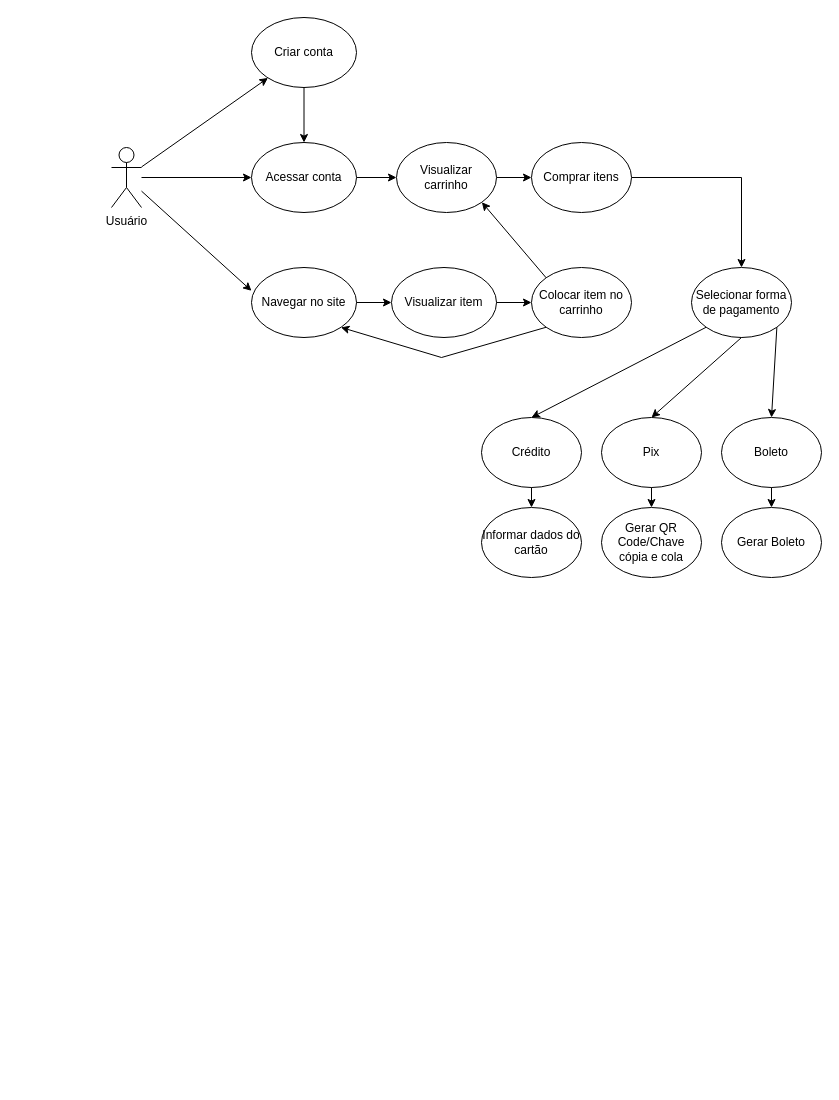
This is Diagrama de casos de uso.drawio from Fconeto/Projeto-APS, a draw.io file, before an edit. Source tidied: cells renumbered, new cells numbered last; positions are measured from the earlier drawing's top-left corner, leaving out a move shared by most shapes. Both pictures are drawn from the tidied source at 100%, with x=0, y=0 at pixel (111, 17).
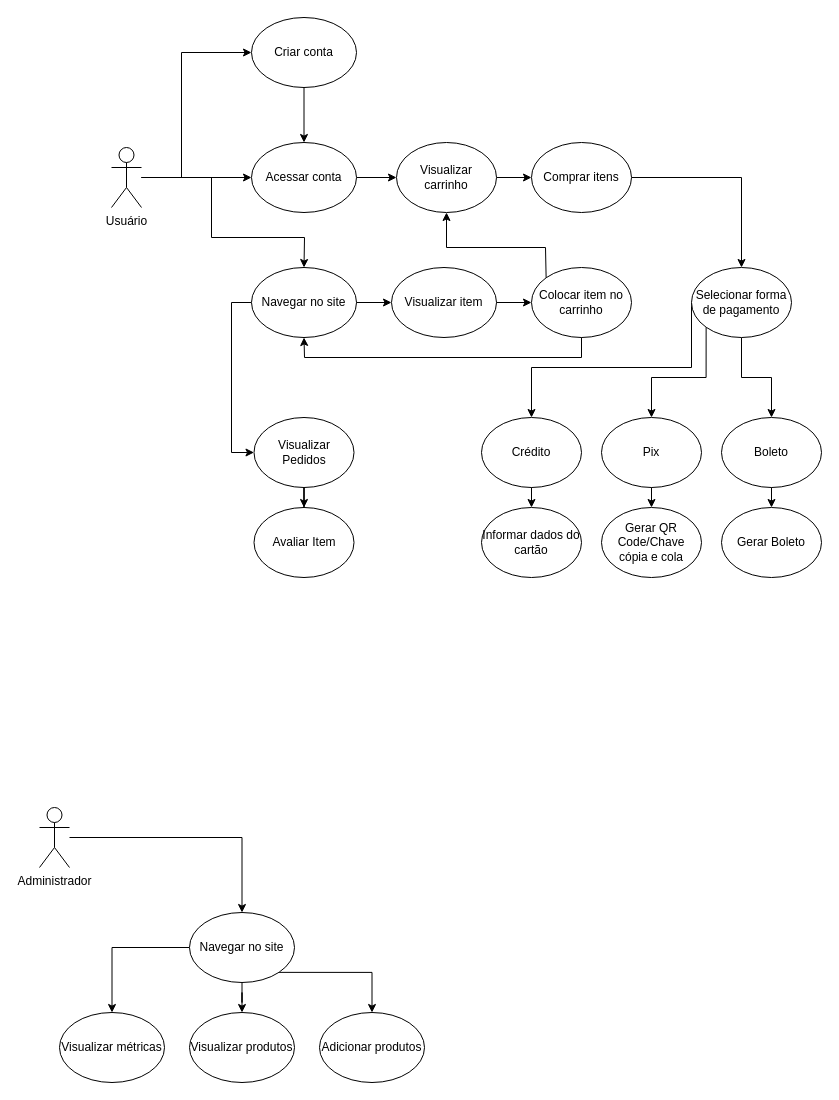
Above is the later version.

Commit message:
Adição de fluxo do administrador e avaliação de itens

The change refers to these unchanged cells:
```xml
<mxCell id="3" value="Usuário" style="shape=umlActor;verticalLabelPosition=bottom;verticalAlign=top;html=1;outlineConnect=0;" parent="1" vertex="1">
  <mxGeometry y="130" width="30" height="60" as="geometry" />
</mxCell>
<mxCell id="4" value="Criar conta" style="ellipse;whiteSpace=wrap;html=1;" parent="1" vertex="1">
  <mxGeometry x="140" width="105" height="70" as="geometry" />
</mxCell>
<mxCell id="7" value="Navegar no site" style="ellipse;whiteSpace=wrap;html=1;" parent="1" vertex="1">
  <mxGeometry x="140" y="250" width="105" height="70" as="geometry" />
</mxCell>
<mxCell id="12" value="Colocar item no carrinho" style="ellipse;whiteSpace=wrap;html=1;" parent="1" vertex="1">
  <mxGeometry x="420" y="250" width="100" height="70" as="geometry" />
</mxCell>
<mxCell id="17" value="Visualizar carrinho" style="ellipse;whiteSpace=wrap;html=1;" parent="1" vertex="1">
  <mxGeometry x="285" y="125" width="100" height="70" as="geometry" />
</mxCell>
<mxCell id="21" value="Selecionar forma de pagamento" style="ellipse;whiteSpace=wrap;html=1;" parent="1" vertex="1">
  <mxGeometry x="580" y="250" width="100" height="70" as="geometry" />
</mxCell>
<mxCell id="22" value="Crédito" style="ellipse;whiteSpace=wrap;html=1;" parent="1" vertex="1">
  <mxGeometry x="370" y="400" width="100" height="70" as="geometry" />
</mxCell>
<mxCell id="23" value="Boleto" style="ellipse;whiteSpace=wrap;html=1;" parent="1" vertex="1">
  <mxGeometry x="610" y="400" width="100" height="70" as="geometry" />
</mxCell>
<mxCell id="24" value="Pix" style="ellipse;whiteSpace=wrap;html=1;" parent="1" vertex="1">
  <mxGeometry x="490" y="400" width="100" height="70" as="geometry" />
</mxCell>
```

What changed in the source:
```diff
@@
+    <mxCell id="34" style="edgeStyle=orthogonalEdgeStyle;rounded=0;jettySize=auto;html=1;exitX=0;exitY=0.5;exitDx=0;exitDy=0;entryX=0;entryY=0.5;entryDx=0;entryDy=0;" parent="1" edge="1" source="7" target="45">
+      <mxGeometry relative="1" as="geometry" />
+    </mxCell>
@@
-    <mxCell id="8" style="endArrow=classic;html=1;rounded=0;" parent="1" edge="1" source="3" target="4">
-      <mxGeometry relative="1" as="geometry" />
+    <mxCell id="8" style="endArrow=classic;html=1;rounded=0;" parent="1" edge="1">
+      <mxGeometry relative="1" as="geometry">
+        <mxPoint x="30" y="160" as="sourcePoint" />
+        <mxPoint x="140" y="35" as="targetPoint" />
+        <Array as="points">
+          <mxPoint x="70" y="160" />
+          <mxPoint x="70" y="35" />
+        </Array>
+      </mxGeometry>
     </mxCell>
-    <mxCell id="9" style="endArrow=classic;html=1;rounded=0;entryX=0;entryY=0.333;entryDx=0;entryDy=0;entryPerimeter=0;" parent="1" edge="1" source="3" target="7">
-      <mxGeometry relative="1" as="geometry" />
+    <mxCell id="9" style="endArrow=classic;html=1;rounded=0;entryX=0.5;entryY=0;entryDx=0;entryDy=0;" parent="1" edge="1" source="3" target="7">
+      <mxGeometry relative="1" as="geometry">
+        <Array as="points">
+          <mxPoint x="100" y="160" />
+          <mxPoint x="100" y="220" />
+          <mxPoint x="193" y="220" />
+        </Array>
+      </mxGeometry>
     </mxCell>
@@
-    <mxCell id="15" style="endArrow=classic;html=1;rounded=0;exitX=0;exitY=1;exitDx=0;exitDy=0;entryX=1;entryY=1;entryDx=0;entryDy=0;" parent="1" edge="1" source="12" target="7">
+    <mxCell id="15" style="endArrow=classic;html=1;rounded=0;exitX=0.5;exitY=1;exitDx=0;exitDy=0;entryX=0.5;entryY=1;entryDx=0;entryDy=0;" parent="1" edge="1" source="12" target="7">
       <mxGeometry relative="1" as="geometry">
         <Array as="points">
-          <mxPoint x="330" y="340" />
+          <mxPoint x="470" y="340" />
+          <mxPoint x="193" y="340" />
         </Array>
       </mxGeometry>
     </mxCell>
@@
-    <mxCell id="18" style="endArrow=classic;html=1;rounded=0;exitX=0;exitY=0;exitDx=0;exitDy=0;entryX=1;entryY=1;entryDx=0;entryDy=0;" parent="1" edge="1" source="12" target="17">
-      <mxGeometry relative="1" as="geometry" />
+    <mxCell id="18" style="endArrow=classic;html=1;rounded=0;exitX=0;exitY=0;exitDx=0;exitDy=0;entryX=0.5;entryY=1;entryDx=0;entryDy=0;" parent="1" edge="1" source="12" target="17">
+      <mxGeometry relative="1" as="geometry">
+        <Array as="points">
+          <mxPoint x="434" y="230" />
+          <mxPoint x="335" y="230" />
+        </Array>
+      </mxGeometry>
     </mxCell>
@@
+    <mxCell id="33" style="edgeStyle=orthogonalEdgeStyle;rounded=0;jettySize=auto;html=1;" parent="1" edge="1" source="21" target="23">
+      <mxGeometry relative="1" as="geometry" />
+    </mxCell>
+    <mxCell id="32" style="edgeStyle=orthogonalEdgeStyle;rounded=0;jettySize=auto;html=1;exitX=0;exitY=1;exitDx=0;exitDy=0;" parent="1" edge="1" source="21" target="24">
+      <mxGeometry relative="1" as="geometry" />
+    </mxCell>
+    <mxCell id="31" style="edgeStyle=orthogonalEdgeStyle;rounded=0;jettySize=auto;html=1;exitX=0;exitY=0.5;exitDx=0;exitDy=0;entryX=0.5;entryY=0;entryDx=0;entryDy=0;" parent="1" edge="1" source="21" target="22">
+      <mxGeometry relative="1" as="geometry">
+        <Array as="points">
+          <mxPoint x="580" y="350" />
+          <mxPoint x="420" y="350" />
+        </Array>
+      </mxGeometry>
+    </mxCell>
@@
-    <mxCell id="31" style="endArrow=classic;html=1;rounded=0;exitX=0;exitY=1;exitDx=0;exitDy=0;entryX=0.5;entryY=0;entryDx=0;entryDy=0;" parent="1" edge="1" source="21" target="22">
-      <mxGeometry relative="1" as="geometry" />
-    </mxCell>
-    <mxCell id="32" style="endArrow=classic;html=1;rounded=0;exitX=0.5;exitY=1;exitDx=0;exitDy=0;entryX=0.5;entryY=0;entryDx=0;entryDy=0;" parent="1" edge="1" source="21" target="24">
-      <mxGeometry relative="1" as="geometry" />
-    </mxCell>
-    <mxCell id="33" style="endArrow=classic;html=1;rounded=0;exitX=1;exitY=1;exitDx=0;exitDy=0;entryX=0.5;entryY=0;entryDx=0;entryDy=0;" parent="1" edge="1" source="21" target="23">
-      <mxGeometry relative="1" as="geometry" />
-    </mxCell>
+    <mxCell id="35" style="edgeStyle=orthogonalEdgeStyle;rounded=0;jettySize=auto;html=1;" parent="1" edge="1" source="36" target="40">
+      <mxGeometry relative="1" as="geometry" />
+    </mxCell>
+    <mxCell id="36" value="Administrador" style="shape=umlActor;verticalLabelPosition=bottom;verticalAlign=top;html=1;outlineConnect=0;" parent="1" vertex="1">
+      <mxGeometry x="-72" y="790" width="30" height="60" as="geometry" />
+    </mxCell>
+    <mxCell id="37" style="edgeStyle=orthogonalEdgeStyle;rounded=0;jettySize=auto;html=1;" parent="1" edge="1" source="40" target="41">
+      <mxGeometry relative="1" as="geometry" />
+    </mxCell>
+    <mxCell id="38" style="edgeStyle=orthogonalEdgeStyle;rounded=0;jettySize=auto;html=1;exitX=1;exitY=1;exitDx=0;exitDy=0;" parent="1" edge="1" source="40" target="42">
+      <mxGeometry relative="1" as="geometry" />
+    </mxCell>
+    <mxCell id="39" style="edgeStyle=orthogonalEdgeStyle;rounded=0;jettySize=auto;html=1;exitX=0;exitY=0.5;exitDx=0;exitDy=0;" parent="1" edge="1" source="40" target="43">
+      <mxGeometry relative="1" as="geometry" />
+    </mxCell>
+    <mxCell id="40" value="Navegar no site" style="ellipse;whiteSpace=wrap;html=1;" parent="1" vertex="1">
+      <mxGeometry x="78" y="895" width="105" height="70" as="geometry" />
+    </mxCell>
+    <mxCell id="41" value="Visualizar produtos" style="ellipse;whiteSpace=wrap;html=1;" parent="1" vertex="1">
+      <mxGeometry x="78" y="995" width="105" height="70" as="geometry" />
+    </mxCell>
+    <mxCell id="42" value="Adicionar produtos" style="ellipse;whiteSpace=wrap;html=1;" parent="1" vertex="1">
+      <mxGeometry x="208" y="995" width="105" height="70" as="geometry" />
+    </mxCell>
+    <mxCell id="43" value="Visualizar métricas" style="ellipse;whiteSpace=wrap;html=1;" parent="1" vertex="1">
+      <mxGeometry x="-52" y="995" width="105" height="70" as="geometry" />
+    </mxCell>
+    <mxCell id="44" style="edgeStyle=orthogonalEdgeStyle;rounded=0;jettySize=auto;html=1;" parent="1" edge="1" source="45" target="46">
+      <mxGeometry relative="1" as="geometry" />
+    </mxCell>
+    <mxCell id="45" value="Visualizar Pedidos" style="ellipse;whiteSpace=wrap;html=1;" parent="1" vertex="1">
+      <mxGeometry x="142.5" y="400" width="100" height="70" as="geometry" />
+    </mxCell>
+    <mxCell id="46" value="Avaliar Item" style="ellipse;whiteSpace=wrap;html=1;" parent="1" vertex="1">
+      <mxGeometry x="142.5" y="490" width="100" height="70" as="geometry" />
+    </mxCell>
```
